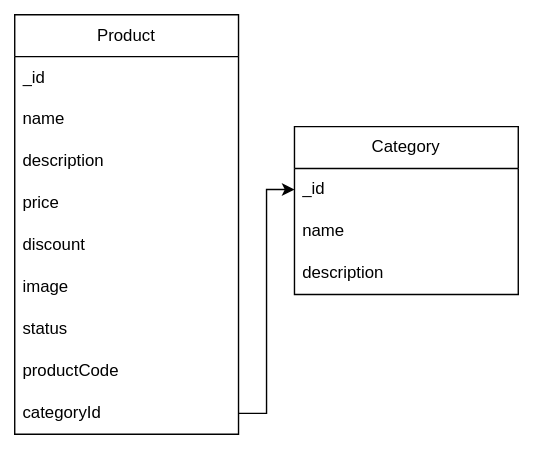
Tanbir34872a/backend-challenge keeps this draw.io diagram as DMD.drawio.svg. Above is the earlier version. Source tidied: cells renumbered, new cells last; positions are measured from the earlier drawing's top-left corner, leaving out a move shared by most shapes.
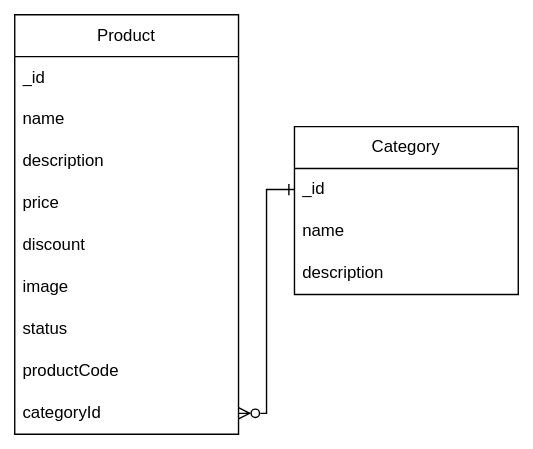
The same file after the commit.

Change to the diagram source:
```diff
@@ -44,7 +44,7 @@
     <mxCell id="15" value="description" style="text;strokeColor=none;fillColor=none;align=left;verticalAlign=middle;spacingLeft=4;spacingRight=4;overflow=hidden;whiteSpace=wrap;html=1;" parent="12" vertex="1">
       <mxGeometry y="90" width="160" height="30" as="geometry" />
     </mxCell>
-    <mxCell id="16" style="edgeStyle=orthogonalEdgeStyle;rounded=0;jettySize=auto;html=1;exitX=1;exitY=0.5;exitDx=0;exitDy=0;entryX=0;entryY=0.5;entryDx=0;entryDy=0;" parent="1" edge="1" source="11" target="13">
+    <mxCell id="16" style="edgeStyle=orthogonalEdgeStyle;rounded=0;jettySize=auto;html=1;exitX=1;exitY=0.5;exitDx=0;exitDy=0;entryX=0;entryY=0.5;entryDx=0;entryDy=0;endArrow=ERone;endFill=0;startArrow=ERzeroToMany;startFill=0;" parent="1" edge="1" source="11" target="13">
       <mxGeometry relative="1" as="geometry" />
     </mxCell>
   </root>
```
